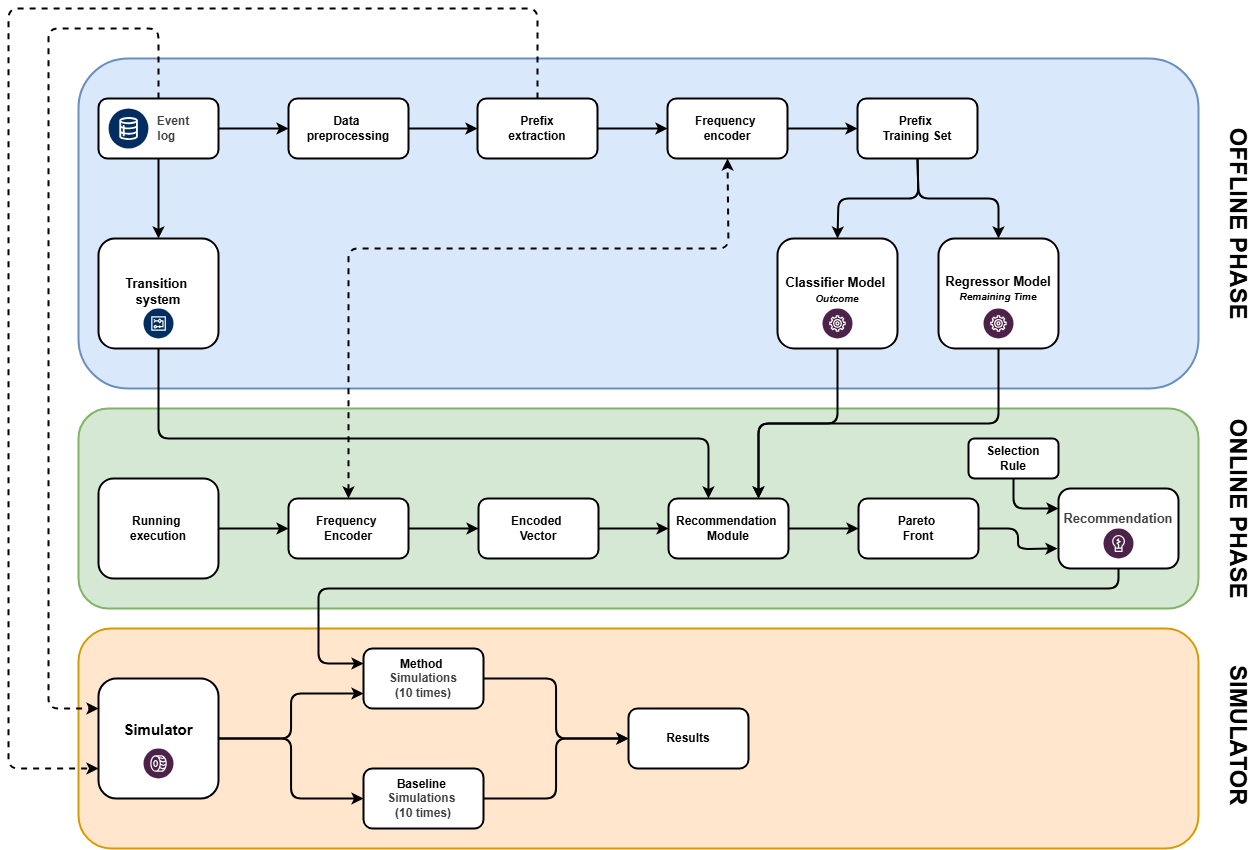
The draw.io diagram multi_obj/diagramma.drawio.png in danielegelmini/Code, before a commit. Source tidied: cells renumbered, new cells last; positions are measured from the earlier drawing's top-left corner, leaving out a move shared by most shapes.
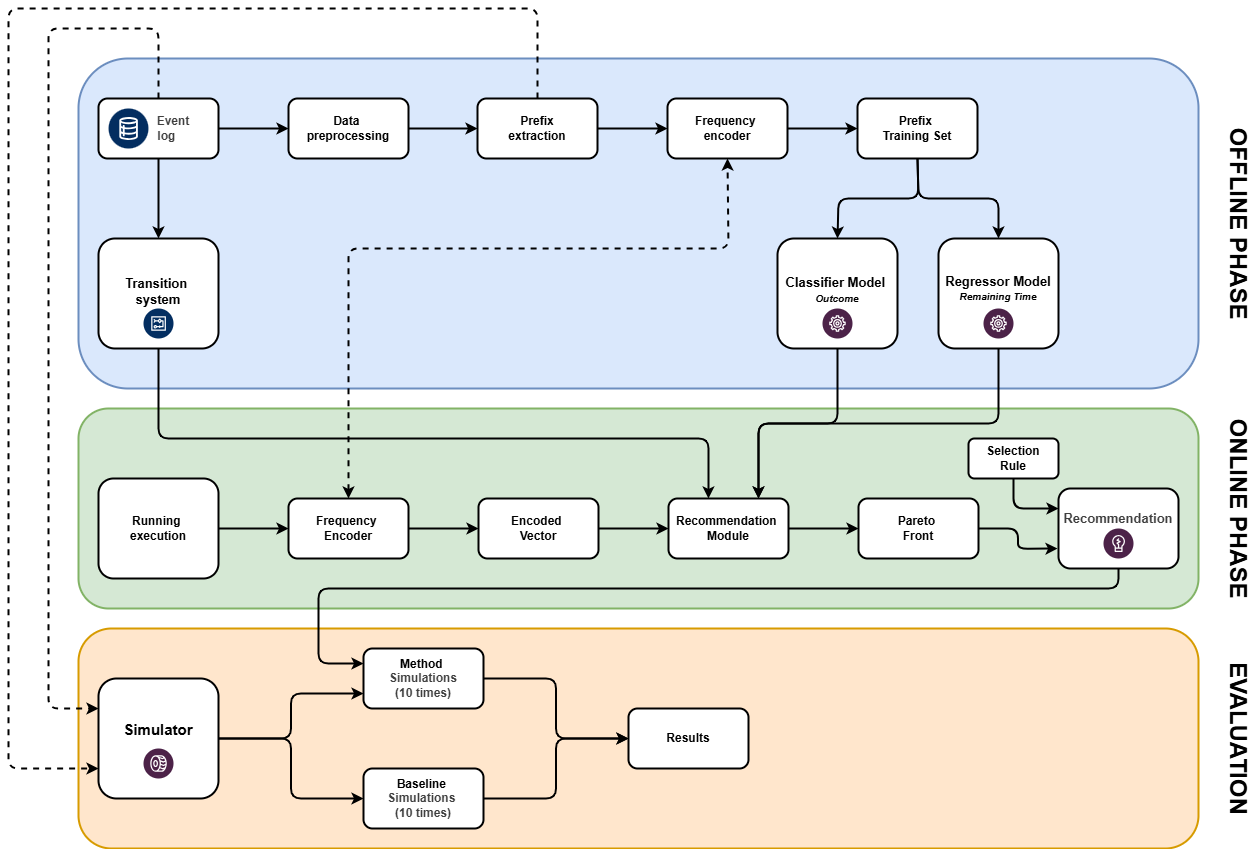
The same diagram one commit later.

The edit, as a diff of the source:
```diff
@@ -177,7 +177,7 @@
         </Array>
       </mxGeometry>
     </mxCell>
-    <mxCell id="49" value="SIMULATOR&amp;nbsp;" style="text;strokeColor=none;fillColor=none;html=1;fontSize=24;fontStyle=1;verticalAlign=middle;align=center;rotation=90;strokeWidth=2;" parent="1" vertex="1">
+    <mxCell id="49" value="EVALUATION" style="text;strokeColor=none;fillColor=none;html=1;fontSize=24;fontStyle=1;verticalAlign=middle;align=center;rotation=90;strokeWidth=2;" parent="1" vertex="1">
       <mxGeometry x="1180" y="710" width="100" height="40" as="geometry" />
     </mxCell>
     <mxCell id="50" style="endArrow=classic;html=1;exitX=0.5;exitY=0;exitDx=0;exitDy=0;dashed=1;strokeWidth=2;fontStyle=1;edgeStyle=orthogonalEdgeStyle;entryX=0;entryY=0.75;entryDx=0;entryDy=0;" parent="1" edge="1" source="18" target="7">
```
